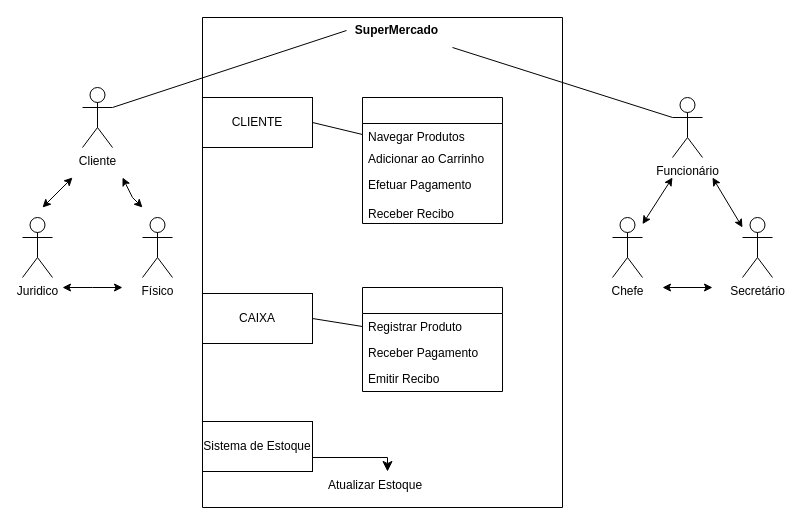
gman2004-spec/Draw.io keeps this draw.io diagram as Casa-de-uso.drawio. Above is the earlier version. Source tidied: cells renumbered, new cells numbered last; positions are measured from the earlier drawing's top-left corner, leaving out a move shared by most shapes. Both pictures are drawn from the tidied source at 100%, with x=0, y=0 at pixel (22, 17).
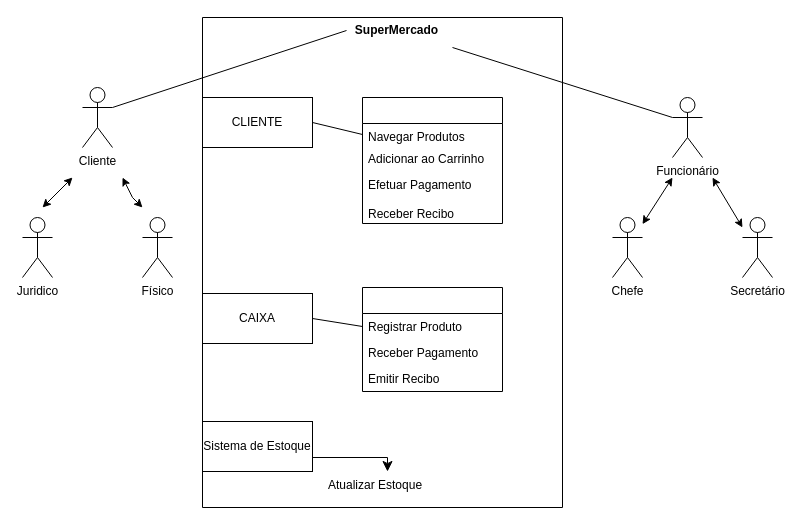
Above is the later version.

Diff of the diagram source:
```diff
@@
-    <mxCell id="11" style="endArrow=classic;startArrow=classic;html=1;rounded=0;" parent="1" edge="1">
-      <mxGeometry relative="1" as="geometry">
-        <mxPoint x="40" y="270" as="sourcePoint" />
-        <mxPoint x="100" y="270" as="targetPoint" />
-        <Array as="points">
-          <mxPoint x="70" y="270" />
-        </Array>
-      </mxGeometry>
-    </mxCell>
-    <mxCell id="12" style="endArrow=classic;startArrow=classic;html=1;rounded=0;" parent="1" edge="1">
-      <mxGeometry relative="1" as="geometry">
-        <mxPoint x="640" y="270" as="sourcePoint" />
-        <mxPoint x="690" y="270" as="targetPoint" />
-      </mxGeometry>
-    </mxCell>
```
